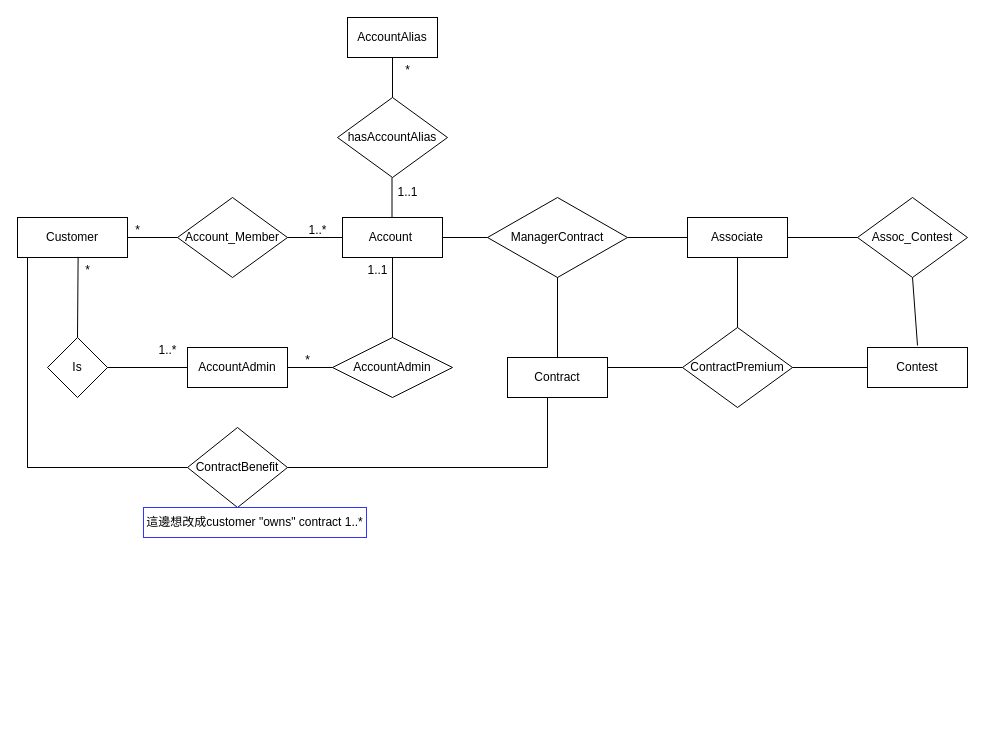
HanquanL/c_practices keeps this draw.io diagram as page "Page-1" (1 of 2) of dsm-project-p1.drawio. Above is the earlier version. Source tidied: cells renumbered, new cells numbered last; positions are measured from the earlier drawing's top-left corner, leaving out a move shared by most shapes. Both pictures are drawn from the tidied source at 100%, with x=0, y=0 at pixel (17, 17).
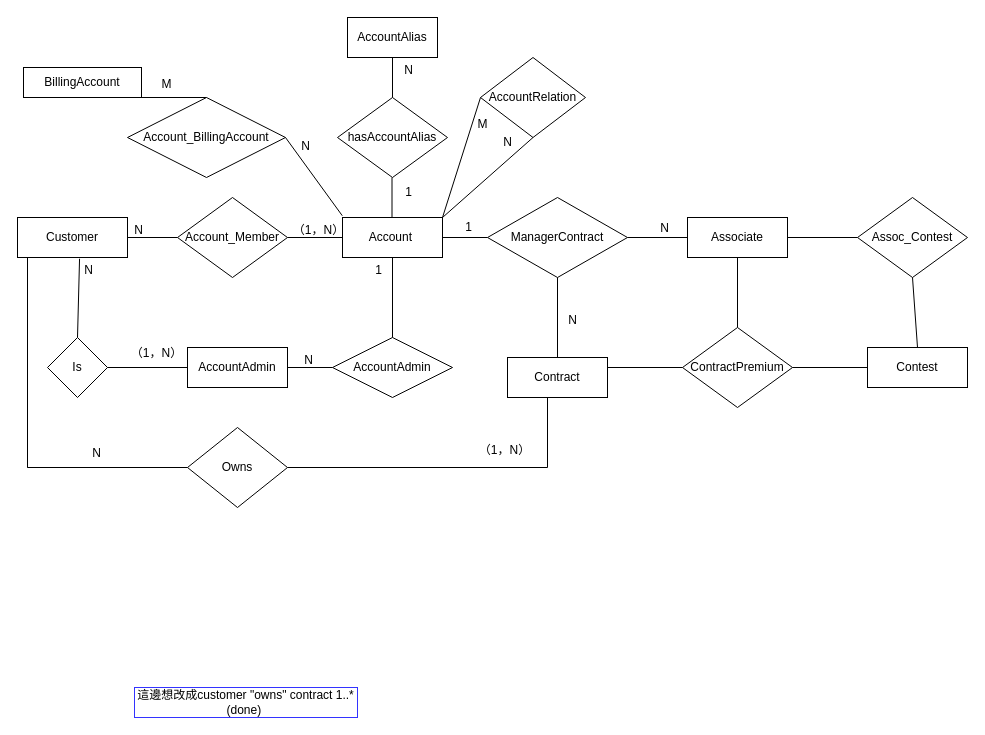
The same diagram, later.

The change refers to these unchanged cells:
```xml
<mxCell id="2" value="Account&amp;nbsp;" style="rounded=0;whiteSpace=wrap;html=1;" parent="1" vertex="1">
  <mxGeometry x="325" y="200" width="100" height="40" as="geometry" />
</mxCell>
<mxCell id="35" value="Contest" style="rounded=0;whiteSpace=wrap;html=1;" parent="1" vertex="1">
  <mxGeometry x="850" y="330" width="100" height="40" as="geometry" />
</mxCell>
<mxCell id="37" value="Assoc_Contest" style="rhombus;whiteSpace=wrap;html=1;" parent="1" vertex="1">
  <mxGeometry x="840" y="180" width="110" height="80" as="geometry" />
</mxCell>
```

The edit, as a diff of the source:
```diff
@@
-    <mxCell id="7" value="1..*" style="text;html=1;align=center;verticalAlign=middle;points=[];strokeColor=none;fillColor=none;" parent="1" vertex="1">
-      <mxGeometry x="280" y="198" width="40" height="30" as="geometry" />
+    <mxCell id="7" value="（1，N）" style="text;html=1;align=center;verticalAlign=middle;points=[];strokeColor=none;fillColor=none;" parent="1" vertex="1">
+      <mxGeometry x="266" y="200" width="69" height="26" as="geometry" />
     </mxCell>
-    <mxCell id="8" value="*" style="text;html=1;align=center;verticalAlign=middle;strokeColor=none;fillColor=none;" parent="1" vertex="1">
-      <mxGeometry x="105" y="198" width="30" height="30" as="geometry" />
+    <mxCell id="8" value="N" style="text;html=1;align=center;verticalAlign=middle;strokeColor=none;fillColor=none;" parent="1" vertex="1">
+      <mxGeometry x="107" y="200" width="27" height="26" as="geometry" />
     </mxCell>
@@
-    <mxCell id="13" value="1..*" style="text;html=1;align=center;verticalAlign=middle;strokeColor=none;fillColor=none;" parent="1" vertex="1">
-      <mxGeometry x="130" y="318" width="40" height="30" as="geometry" />
+    <mxCell id="13" value="（1，N）" style="text;html=1;align=center;verticalAlign=middle;strokeColor=none;fillColor=none;" parent="1" vertex="1">
+      <mxGeometry x="104" y="323" width="69" height="26" as="geometry" />
     </mxCell>
-    <mxCell id="14" value="*" style="text;html=1;align=center;verticalAlign=middle;points=[];strokeColor=none;fillColor=none;" parent="1" vertex="1">
-      <mxGeometry x="55" y="238" width="30" height="30" as="geometry" />
+    <mxCell id="14" value="N" style="text;html=1;align=center;verticalAlign=middle;points=[];strokeColor=none;fillColor=none;" parent="1" vertex="1">
+      <mxGeometry x="57" y="240" width="27" height="26" as="geometry" />
     </mxCell>
@@
-    <mxCell id="18" value="*" style="text;html=1;align=center;verticalAlign=middle;strokeColor=none;fillColor=none;" parent="1" vertex="1">
-      <mxGeometry x="275" y="328" width="30" height="30" as="geometry" />
+    <mxCell id="18" value="N" style="text;html=1;align=center;verticalAlign=middle;strokeColor=none;fillColor=none;" parent="1" vertex="1">
+      <mxGeometry x="277" y="330" width="27" height="26" as="geometry" />
     </mxCell>
-    <mxCell id="19" value="1..1" style="text;html=1;align=center;verticalAlign=middle;strokeColor=none;fillColor=none;" parent="1" vertex="1">
-      <mxGeometry x="340" y="238" width="40" height="30" as="geometry" />
+    <mxCell id="19" value="1" style="text;html=1;align=center;verticalAlign=middle;strokeColor=none;fillColor=none;" parent="1" vertex="1">
+      <mxGeometry x="348" y="240" width="25" height="26" as="geometry" />
     </mxCell>
@@
-    <mxCell id="24" value="*" style="text;html=1;align=center;verticalAlign=middle;strokeColor=none;fillColor=none;" parent="1" vertex="1">
-      <mxGeometry x="375" y="38" width="30" height="30" as="geometry" />
+    <mxCell id="24" value="N" style="text;html=1;align=center;verticalAlign=middle;strokeColor=none;fillColor=none;" parent="1" vertex="1">
+      <mxGeometry x="377" y="40" width="27" height="26" as="geometry" />
     </mxCell>
-    <mxCell id="25" value="1..1" style="text;html=1;align=center;verticalAlign=middle;strokeColor=none;fillColor=none;" parent="1" vertex="1">
-      <mxGeometry x="370" y="160" width="40" height="30" as="geometry" />
+    <mxCell id="25" value="1" style="text;html=1;align=center;verticalAlign=middle;strokeColor=none;fillColor=none;" parent="1" vertex="1">
+      <mxGeometry x="378" y="162" width="25" height="26" as="geometry" />
     </mxCell>
@@
-    <mxCell id="38" style="endArrow=none;html=1;rounded=0;entryX=0.5;entryY=1;entryDx=0;entryDy=0;" parent="1" edge="1" target="37">
-      <mxGeometry relative="1" as="geometry">
-        <mxPoint x="900" y="328" as="sourcePoint" />
-      </mxGeometry>
+    <mxCell id="38" style="endArrow=none;html=1;rounded=0;entryX=0.5;entryY=1;entryDx=0;entryDy=0;exitX=0.5;exitY=0;exitDx=0;exitDy=0;" parent="1" edge="1" source="35" target="37">
+      <mxGeometry relative="1" as="geometry" />
     </mxCell>
@@
-    <mxCell id="40" value="ContractBenefit" style="rhombus;whiteSpace=wrap;html=1;" parent="1" vertex="1">
+    <mxCell id="40" value="Owns" style="rhombus;whiteSpace=wrap;html=1;" parent="1" vertex="1">
       <mxGeometry x="170" y="410" width="100" height="80" as="geometry" />
     </mxCell>
@@
-    <mxCell id="43" value="這邊想改成customer &quot;owns&quot; contract 1..*" style="text;html=1;align=center;verticalAlign=middle;whiteSpace=wrap;rounded=0;strokeColor=#3333FF;" parent="1" vertex="1">
-      <mxGeometry x="126" y="490" width="223" height="30" as="geometry" />
+    <mxCell id="43" value="這邊想改成customer &quot;owns&quot; contract 1..* (done)&amp;nbsp;" style="text;html=1;align=center;verticalAlign=middle;whiteSpace=wrap;rounded=0;strokeColor=#3333FF;" parent="1" vertex="1">
+      <mxGeometry x="117" y="670" width="223" height="30" as="geometry" />
     </mxCell>
+    <mxCell id="44" value="N" style="text;html=1;align=center;verticalAlign=middle;strokeColor=none;fillColor=none;" parent="1" vertex="1">
+      <mxGeometry x="633" y="198" width="27" height="26" as="geometry" />
+    </mxCell>
+    <mxCell id="45" value="1" style="text;html=1;align=center;verticalAlign=middle;strokeColor=none;fillColor=none;" parent="1" vertex="1">
+      <mxGeometry x="438" y="197" width="25" height="26" as="geometry" />
+    </mxCell>
+    <mxCell id="46" value="N" style="text;html=1;align=center;verticalAlign=middle;strokeColor=none;fillColor=none;" parent="1" vertex="1">
+      <mxGeometry x="541" y="290" width="27" height="26" as="geometry" />
+    </mxCell>
+    <mxCell id="47" value="N" style="text;html=1;align=center;verticalAlign=middle;strokeColor=none;fillColor=none;" parent="1" vertex="1">
+      <mxGeometry x="65" y="423" width="27" height="26" as="geometry" />
+    </mxCell>
+    <mxCell id="48" value="（1，N）" style="text;html=1;align=center;verticalAlign=middle;strokeColor=none;fillColor=none;" parent="1" vertex="1">
+      <mxGeometry x="452" y="420" width="69" height="26" as="geometry" />
+    </mxCell>
+    <mxCell id="49" value="BillingAccount" style="rounded=0;whiteSpace=wrap;html=1;" parent="1" vertex="1">
+      <mxGeometry x="6" y="50" width="118" height="30" as="geometry" />
+    </mxCell>
+    <mxCell id="50" value="Account_BillingAccount" style="rhombus;whiteSpace=wrap;html=1;" parent="1" vertex="1">
+      <mxGeometry x="110" y="80" width="158" height="80" as="geometry" />
+    </mxCell>
+    <mxCell id="51" style="endArrow=none;html=1;rounded=0;entryX=1;entryY=1;entryDx=0;entryDy=0;exitX=0.5;exitY=0;exitDx=0;exitDy=0;" parent="1" edge="1" source="50" target="49">
+      <mxGeometry relative="1" as="geometry" />
+    </mxCell>
+    <mxCell id="52" style="endArrow=none;html=1;rounded=0;entryX=1;entryY=0.5;entryDx=0;entryDy=0;exitX=0.852;exitY=-0.069;exitDx=0;exitDy=0;exitPerimeter=0;" parent="1" edge="1" source="7" target="50">
+      <mxGeometry relative="1" as="geometry" />
+    </mxCell>
+    <mxCell id="53" value="M" style="text;html=1;align=center;verticalAlign=middle;strokeColor=none;fillColor=none;" parent="1" vertex="1">
+      <mxGeometry x="135" y="54" width="28" height="26" as="geometry" />
+    </mxCell>
+    <mxCell id="54" value="N" style="text;html=1;align=center;verticalAlign=middle;strokeColor=none;fillColor=none;" parent="1" vertex="1">
+      <mxGeometry x="274" y="116" width="27" height="26" as="geometry" />
+    </mxCell>
+    <mxCell id="55" value="AccountRelation" style="rhombus;whiteSpace=wrap;html=1;" parent="1" vertex="1">
+      <mxGeometry x="463" y="40" width="105" height="80" as="geometry" />
+    </mxCell>
+    <mxCell id="56" style="endArrow=none;html=1;rounded=0;entryX=0;entryY=0.5;entryDx=0;entryDy=0;exitX=1;exitY=0;exitDx=0;exitDy=0;" parent="1" edge="1" source="2" target="55">
+      <mxGeometry relative="1" as="geometry" />
+    </mxCell>
+    <mxCell id="57" style="endArrow=none;html=1;rounded=0;entryX=0.5;entryY=1;entryDx=0;entryDy=0;exitX=1;exitY=0;exitDx=0;exitDy=0;" parent="1" edge="1" source="2" target="55">
+      <mxGeometry relative="1" as="geometry" />
+    </mxCell>
+    <mxCell id="58" value="M" style="text;html=1;align=center;verticalAlign=middle;strokeColor=none;fillColor=none;" parent="1" vertex="1">
+      <mxGeometry x="451" y="94" width="28" height="26" as="geometry" />
+    </mxCell>
+    <mxCell id="59" value="N" style="text;html=1;align=center;verticalAlign=middle;strokeColor=none;fillColor=none;" parent="1" vertex="1">
+      <mxGeometry x="476" y="112" width="27" height="26" as="geometry" />
+    </mxCell>
```
